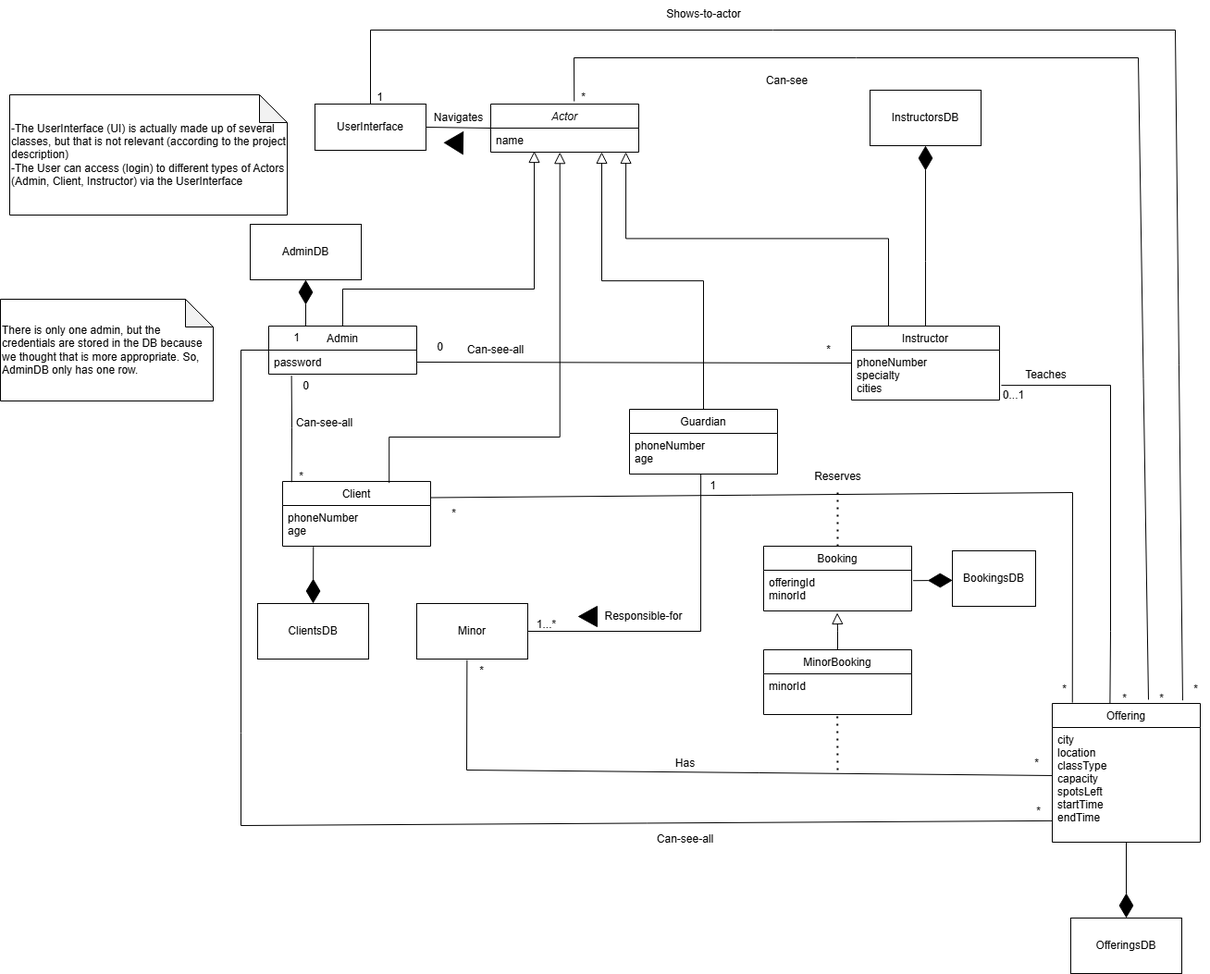
Earlier version of the draw.io export Artifacts/Domain Model.drawio.png (aleckira/SOEN_342_PROJECT). Source tidied: cells renumbered, new cells last; positions are measured from the earlier drawing's top-left corner, leaving out a move shared by most shapes.
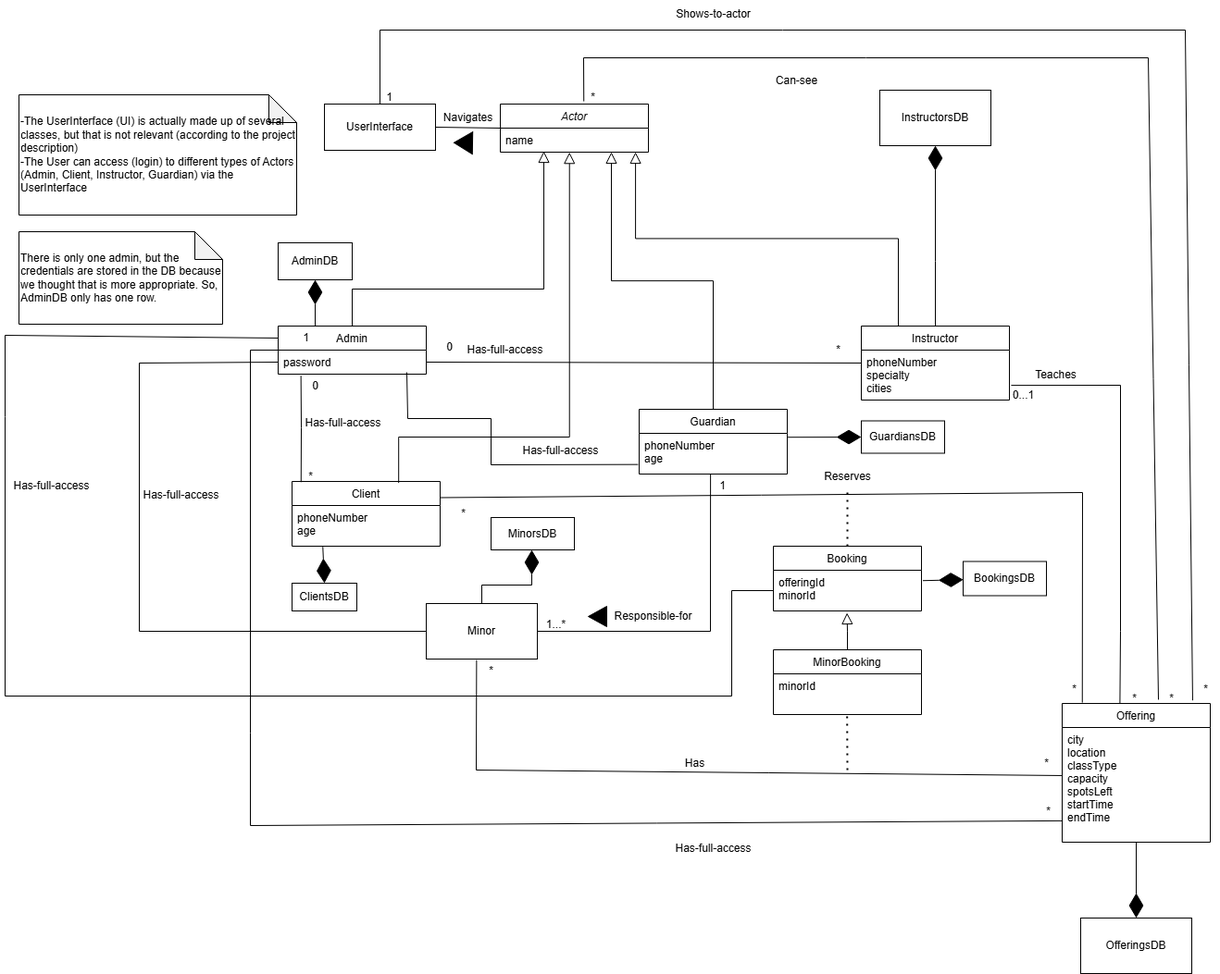
After the change.

The edit, as a diff of the source:
```diff
@@ -37,7 +37,7 @@
       <mxGeometry y="26" width="160" height="114" as="geometry" />
     </mxCell>
     <mxCell id="12" value="ClientsDB" style="rounded=0;whiteSpace=wrap;html=1;" parent="1" vertex="1">
-      <mxGeometry x="278" y="652" width="120" height="60" as="geometry" />
+      <mxGeometry x="305" y="630" width="70" height="30" as="geometry" />
     </mxCell>
     <mxCell id="13" value="InstructorsDB" style="rounded=0;whiteSpace=wrap;html=1;" parent="1" vertex="1">
       <mxGeometry x="940" y="97" width="120" height="60" as="geometry" />
@@ -84,17 +84,17 @@
     <mxCell id="24" style="endArrow=none;html=1;rounded=0;exitX=1;exitY=0.5;exitDx=0;exitDy=0;entryX=0;entryY=0.5;entryDx=0;entryDy=0;" parent="1" edge="1" source="23" target="2">
       <mxGeometry relative="1" as="geometry" />
     </mxCell>
-    <mxCell id="25" value="&lt;div&gt;-The UserInterface (UI) is actually made up of several classes, but that is not relevant (according to the project description)&lt;/div&gt;-The User can access (login) to different types of Actors (Admin, Client, Instructor) via the UserInterface" style="shape=note;whiteSpace=wrap;html=1;backgroundOutline=1;darkOpacity=0.05;align=left;" parent="1" vertex="1">
+    <mxCell id="25" value="&lt;div&gt;-The UserInterface (UI) is actually made up of several classes, but that is not relevant (according to the project description)&lt;/div&gt;-The User can access (login) to different types of Actors (Admin, Client, Instructor, Guardian) via the UserInterface" style="shape=note;whiteSpace=wrap;html=1;backgroundOutline=1;darkOpacity=0.05;align=left;" parent="1" vertex="1">
       <mxGeometry x="10" y="102" width="300" height="130" as="geometry" />
     </mxCell>
     <mxCell id="26" value="AdminDB" style="rounded=0;whiteSpace=wrap;html=1;" parent="1" vertex="1">
-      <mxGeometry x="270" y="242" width="120" height="60" as="geometry" />
+      <mxGeometry x="290" y="262" width="80" height="40" as="geometry" />
     </mxCell>
     <mxCell id="27" style="endArrow=diamondThin;endFill=1;endSize=24;html=1;rounded=0;exitX=0.25;exitY=0;exitDx=0;exitDy=0;entryX=0.5;entryY=1;entryDx=0;entryDy=0;" parent="1" edge="1" source="4" target="26">
       <mxGeometry relative="1" as="geometry" />
     </mxCell>
     <mxCell id="28" value="There is only one admin, but the credentials are stored in the DB because we thought that is more appropriate. So, AdminDB only has one row.&lt;div&gt;&lt;/div&gt;" style="shape=note;whiteSpace=wrap;html=1;backgroundOutline=1;darkOpacity=0.05;align=left;" parent="1" vertex="1">
-      <mxGeometry y="323" width="230" height="110" as="geometry" />
+      <mxGeometry x="10" y="250" width="220" height="100" as="geometry" />
     </mxCell>
     <mxCell id="29" style="endArrow=none;html=1;rounded=0;entryX=0.5;entryY=0;entryDx=0;entryDy=0;exitX=0.881;exitY=-0.022;exitDx=0;exitDy=0;exitPerimeter=0;" parent="1" edge="1" source="10" target="23">
       <mxGeometry relative="1" as="geometry">
@@ -134,14 +134,11 @@
     <mxCell id="37" value="*" style="text;html=1;align=center;verticalAlign=middle;strokeColor=none;fillColor=none;" parent="1" vertex="1">
       <mxGeometry x="1107" y="862" width="30" height="30" as="geometry" />
     </mxCell>
-    <mxCell id="38" value="Can-see-all" style="text;html=1;align=center;verticalAlign=middle;strokeColor=none;fillColor=none;" parent="1" vertex="1">
-      <mxGeometry x="700" y="892" width="80" height="30" as="geometry" />
-    </mxCell>
     <mxCell id="39" style="endArrow=none;html=1;rounded=0;exitX=1;exitY=0.5;exitDx=0;exitDy=0;entryX=0;entryY=0.259;entryDx=0;entryDy=0;entryPerimeter=0;" parent="1" edge="1" source="5" target="16">
       <mxGeometry relative="1" as="geometry" />
     </mxCell>
-    <mxCell id="40" value="Can-see-all" style="text;html=1;align=center;verticalAlign=middle;strokeColor=none;fillColor=none;" parent="1" vertex="1">
-      <mxGeometry x="495" y="363" width="80" height="30" as="geometry" />
+    <mxCell id="40" value="Has-full-access" style="text;html=1;align=center;verticalAlign=middle;strokeColor=none;fillColor=none;" parent="1" vertex="1">
+      <mxGeometry x="480" y="363" width="110" height="30" as="geometry" />
     </mxCell>
     <mxCell id="41" value="0" style="text;html=1;align=center;verticalAlign=middle;strokeColor=none;fillColor=none;" parent="1" vertex="1">
       <mxGeometry x="460" y="360" width="30" height="30" as="geometry" />
@@ -162,9 +159,6 @@
     <mxCell id="45" value="*" style="text;html=1;align=center;verticalAlign=middle;strokeColor=none;fillColor=none;" parent="1" vertex="1">
       <mxGeometry x="475" y="540" width="30" height="30" as="geometry" />
     </mxCell>
-    <mxCell id="46" value="Can-see-all" style="text;html=1;align=center;verticalAlign=middle;strokeColor=none;fillColor=none;" parent="1" vertex="1">
-      <mxGeometry x="310" y="442" width="80" height="30" as="geometry" />
-    </mxCell>
     <mxCell id="47" value="Booking" style="swimlane;fontStyle=0;align=center;verticalAlign=top;horizontal=1;startSize=26;rounded=0;shadow=0;strokeWidth=1;" parent="1" vertex="1">
       <mxGeometry x="825" y="590" width="160" height="70" as="geometry" />
     </mxCell>
@@ -184,7 +178,7 @@
       </mxGeometry>
     </mxCell>
     <mxCell id="52" value="BookingsDB" style="rounded=0;whiteSpace=wrap;html=1;" parent="1" vertex="1">
-      <mxGeometry x="1029" y="595" width="90" height="60" as="geometry" />
+      <mxGeometry x="1030" y="606.5" width="90" height="37" as="geometry" />
     </mxCell>
     <mxCell id="53" style="endArrow=diamondThin;endFill=1;endSize=24;html=1;rounded=0;entryX=0.003;entryY=0.532;entryDx=0;entryDy=0;exitX=1.003;exitY=0.255;exitDx=0;exitDy=0;exitPerimeter=0;entryPerimeter=0;" parent="1" edge="1" target="52">
       <mxGeometry relative="1" as="geometry">
@@ -294,5 +288,69 @@
     <mxCell id="78" value="*" style="text;html=1;align=center;verticalAlign=middle;strokeColor=none;fillColor=none;" parent="1" vertex="1">
       <mxGeometry x="615" y="90" width="30" height="30" as="geometry" />
     </mxCell>
+    <mxCell id="79" value="GuardiansDB" style="rounded=0;whiteSpace=wrap;html=1;" parent="1" vertex="1">
+      <mxGeometry x="920" y="454.5" width="90" height="35" as="geometry" />
+    </mxCell>
+    <mxCell id="80" style="endArrow=diamondThin;endFill=1;endSize=24;html=1;rounded=0;entryX=0;entryY=0.5;entryDx=0;entryDy=0;exitX=1.003;exitY=0.255;exitDx=0;exitDy=0;exitPerimeter=0;" parent="1" edge="1" target="79">
+      <mxGeometry relative="1" as="geometry">
+        <mxPoint x="840" y="472.2" as="sourcePoint" />
+      </mxGeometry>
+    </mxCell>
+    <mxCell id="81" value="MinorsDB" style="rounded=0;whiteSpace=wrap;html=1;" parent="1" vertex="1">
+      <mxGeometry x="520" y="559" width="90" height="35" as="geometry" />
+    </mxCell>
+    <mxCell id="82" style="endArrow=diamondThin;endFill=1;endSize=24;html=1;rounded=0;entryX=0.5;entryY=1;entryDx=0;entryDy=0;exitX=0.5;exitY=0;exitDx=0;exitDy=0;" parent="1" edge="1" source="61">
+      <mxGeometry relative="1" as="geometry">
+        <mxPoint x="564" y="594" as="targetPoint" />
+        <Array as="points">
+          <mxPoint x="510" y="632" />
+          <mxPoint x="564" y="632" />
+        </Array>
+      </mxGeometry>
+    </mxCell>
+    <mxCell id="83" style="endArrow=none;html=1;rounded=0;entryX=-0.007;entryY=0.765;entryDx=0;entryDy=0;entryPerimeter=0;" parent="1" edge="1" target="68">
+      <mxGeometry relative="1" as="geometry">
+        <mxPoint x="429" y="402" as="sourcePoint" />
+        <Array as="points">
+          <mxPoint x="430" y="452" />
+          <mxPoint x="520" y="452" />
+          <mxPoint x="520" y="502" />
+        </Array>
+      </mxGeometry>
+    </mxCell>
+    <mxCell id="84" value="Has-full-access" style="text;html=1;align=center;verticalAlign=middle;strokeColor=none;fillColor=none;" parent="1" vertex="1">
+      <mxGeometry x="540" y="472" width="110" height="30" as="geometry" />
+    </mxCell>
+    <mxCell id="85" value="Has-full-access" style="text;html=1;align=center;verticalAlign=middle;strokeColor=none;fillColor=none;" parent="1" vertex="1">
+      <mxGeometry x="705" y="902" width="110" height="30" as="geometry" />
+    </mxCell>
+    <mxCell id="86" value="Has-full-access" style="text;html=1;align=center;verticalAlign=middle;strokeColor=none;fillColor=none;" parent="1" vertex="1">
+      <mxGeometry x="305" y="442" width="110" height="30" as="geometry" />
+    </mxCell>
+    <mxCell id="87" style="endArrow=none;startArrow=none;html=1;rounded=0;exitX=0;exitY=0.5;exitDx=0;exitDy=0;entryX=0;entryY=0.5;entryDx=0;entryDy=0;startFill=0;endFill=0;" parent="1" edge="1" source="5" target="61">
+      <mxGeometry relative="1" as="geometry">
+        <Array as="points">
+          <mxPoint x="140" y="392" />
+          <mxPoint x="140" y="682" />
+        </Array>
+      </mxGeometry>
+    </mxCell>
+    <mxCell id="88" value="Has-full-access" style="text;html=1;align=center;verticalAlign=middle;strokeColor=none;fillColor=none;" parent="1" vertex="1">
+      <mxGeometry x="-10" y="510" width="110" height="30" as="geometry" />
+    </mxCell>
+    <mxCell id="89" style="endArrow=none;startArrow=none;html=1;rounded=0;exitX=0;exitY=0.25;exitDx=0;exitDy=0;entryX=0;entryY=0.5;entryDx=0;entryDy=0;startFill=0;endFill=0;" parent="1" edge="1" source="4" target="48">
+      <mxGeometry relative="1" as="geometry">
+        <Array as="points">
+          <mxPoint x="-5" y="362" />
+          <mxPoint x="-5" y="450" />
+          <mxPoint x="-5" y="752" />
+          <mxPoint x="780" y="752" />
+          <mxPoint x="780" y="638" />
+        </Array>
+      </mxGeometry>
+    </mxCell>
+    <mxCell id="90" value="Has-full-access" style="text;html=1;align=center;verticalAlign=middle;strokeColor=none;fillColor=none;" parent="1" vertex="1">
+      <mxGeometry x="130" y="520" width="110" height="30" as="geometry" />
+    </mxCell>
   </root>
 </mxGraphModel>
```
